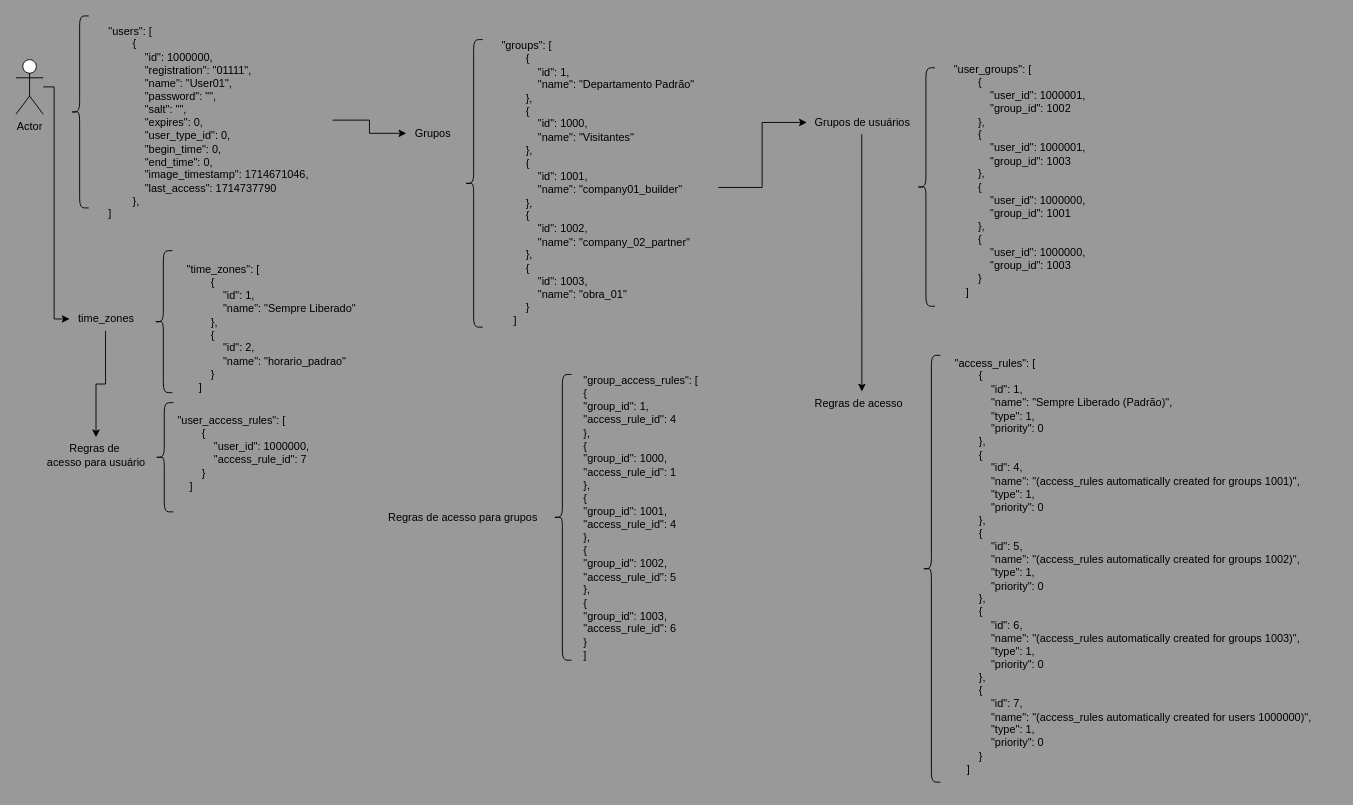
This is Diagrama sem nome.drawio from cmacguide/faceid, a draw.io file, before an edit. Source tidied: cells renumbered, new cells numbered last; positions are measured from the earlier drawing's top-left corner, leaving out a move shared by most shapes. Both pictures are drawn from the tidied source at 91%, with x=0, y=0 at pixel (15, 15).
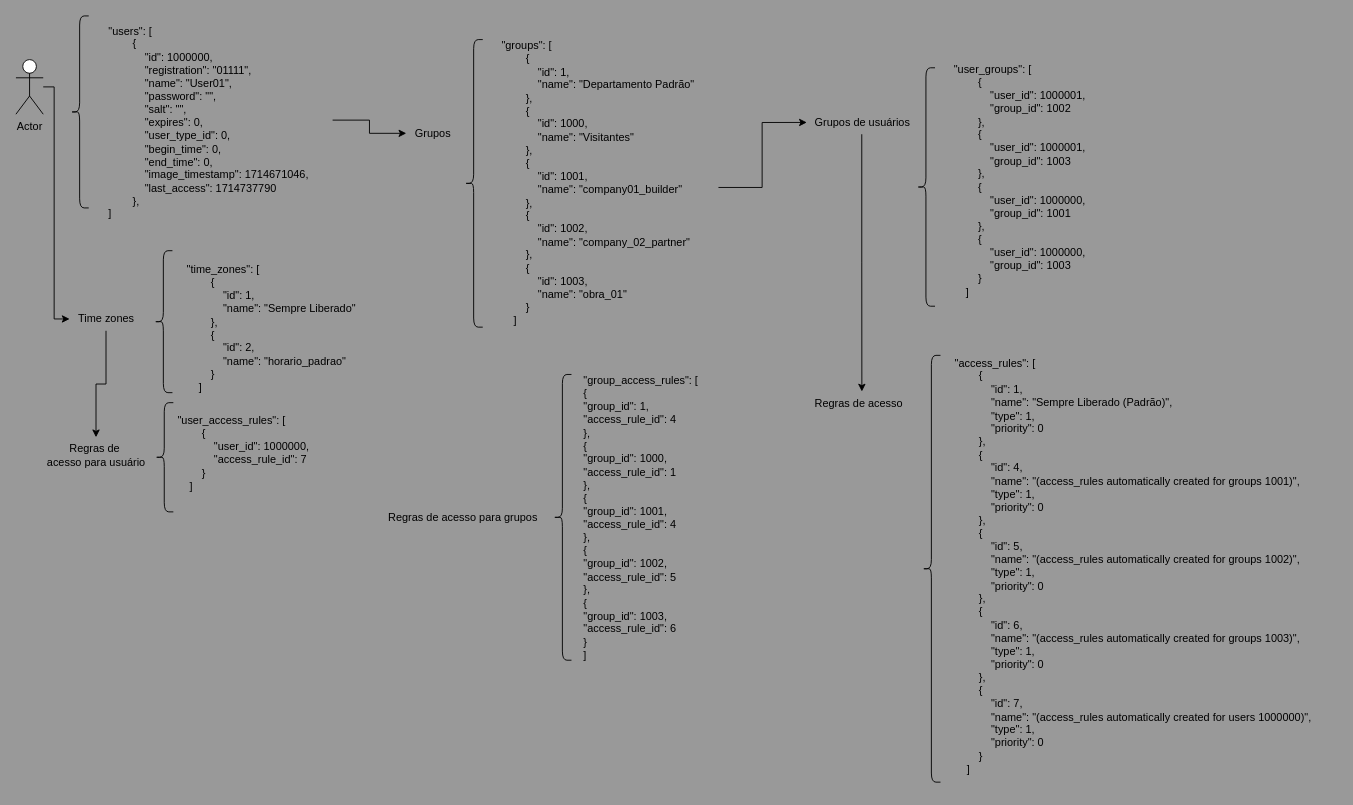
The same page after the edit.

The change refers to these unchanged cells:
```xml
<mxCell id="21" style="group;" parent="1" vertex="1">
  <mxGeometry x="59" y="258" width="341" height="173" as="geometry" />
</mxCell>
```

What changed in the source:
```diff
@@
-    <mxCell id="22" value="time_zones" style="text;html=1;align=center;verticalAlign=middle;points=[];strokeColor=none;fillColor=none;" parent="21" vertex="1">
-      <mxGeometry y="62" width="79" height="26" as="geometry" />
+    <mxCell id="22" value="Time zones" style="text;html=1;align=center;verticalAlign=middle;points=[];strokeColor=none;fillColor=none;" parent="21" vertex="1">
+      <mxGeometry y="62" width="80" height="26" as="geometry" />
     </mxCell>
```
